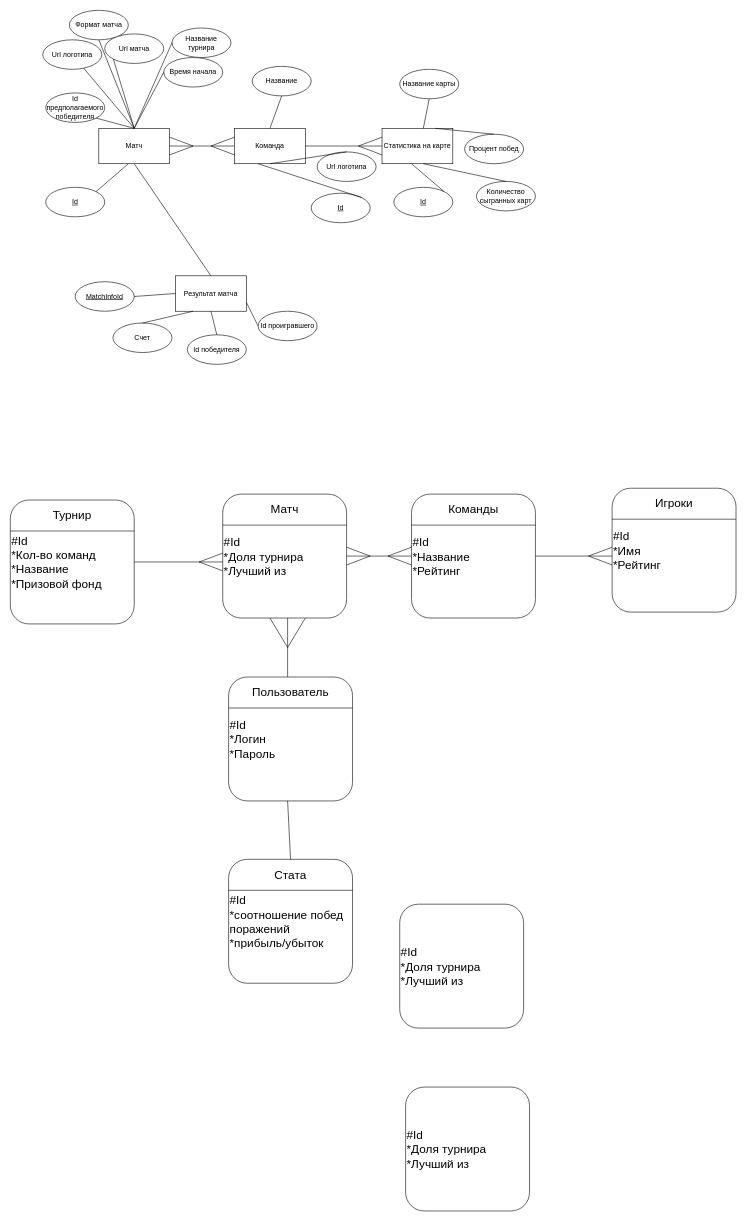
This is Практика ERD диаграммы нотации Чена и Баркера.drawio from DarkReduX/Diagrams-for-projects, a draw.io file, before an edit. Source tidied: cells renumbered, new cells numbered last; positions are measured from the earlier drawing's top-left corner, leaving out a move shared by most shapes. Both pictures are drawn from the tidied source at 59%, with x=0, y=0 at pixel (10, 10).
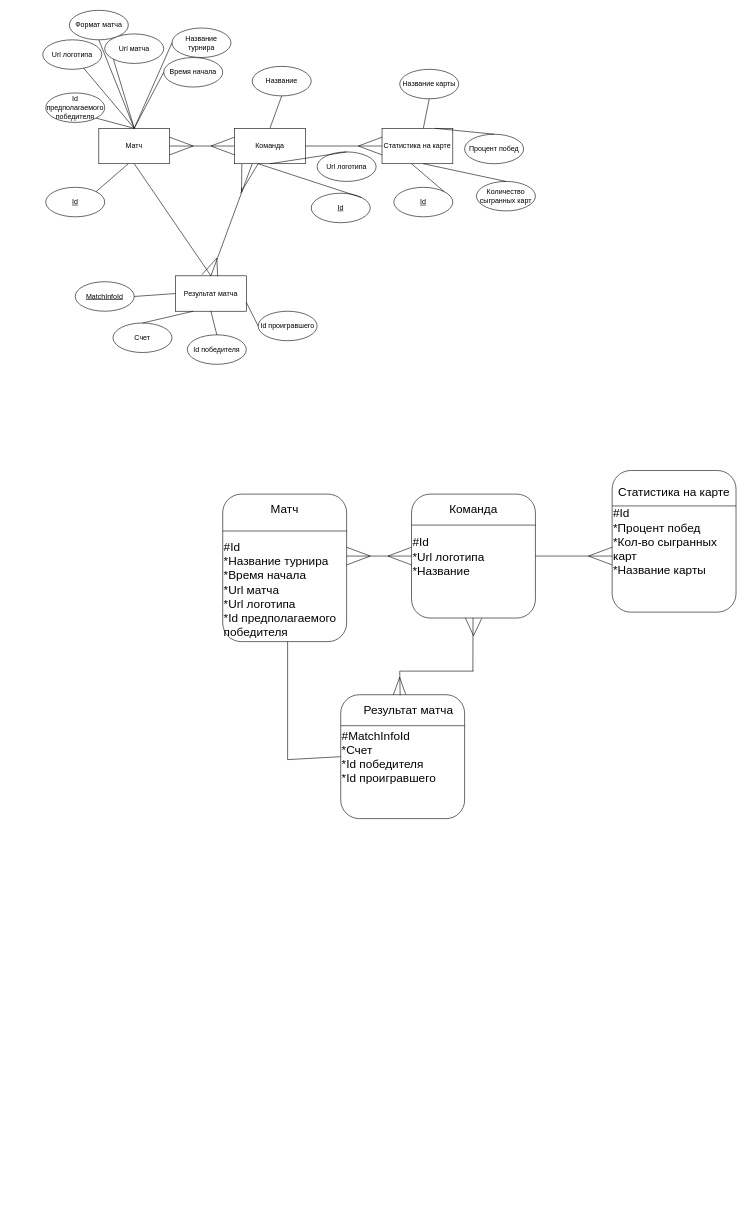
The same page after the edit.

The change refers to these unchanged cells:
```xml
<mxCell id="5" value="Команда" style="rounded=0;whiteSpace=wrap;html=1;" parent="1" vertex="1">
  <mxGeometry x="380" y="200" width="120" height="60" as="geometry" />
</mxCell>
<mxCell id="77" value="Результат матча" style="rounded=0;whiteSpace=wrap;html=1;" parent="1" vertex="1">
  <mxGeometry x="280" y="450" width="120" height="60" as="geometry" />
</mxCell>
```

Diff of the diagram source:
```diff
@@
-    <mxCell id="26" value="&lt;font style=&quot;font-size: 20px&quot;&gt;#Id&lt;br&gt;*Кол-во команд&lt;br&gt;*Название&lt;br&gt;*Призовой фонд&lt;br&gt;&lt;/font&gt;" style="rounded=1;whiteSpace=wrap;html=1;align=left;" parent="1" vertex="1">
-      <mxGeometry y="830" width="210" height="210" as="geometry" />
+    <mxCell id="26" value="&lt;font style=&quot;font-size: 20px&quot;&gt;#MatchInfoId&lt;br&gt;*Счет&lt;br&gt;*Id победителя&lt;br&gt;*Id проигравшего&lt;br&gt;&lt;/font&gt;" style="rounded=1;whiteSpace=wrap;html=1;align=left;" parent="1" vertex="1">
+      <mxGeometry x="560" y="1160" width="210" height="210" as="geometry" />
     </mxCell>
@@
-    <mxCell id="28" value="&lt;span style=&quot;font-size: 20px&quot;&gt;Турнир&lt;/span&gt;" style="text;html=1;strokeColor=none;fillColor=none;align=center;verticalAlign=middle;whiteSpace=wrap;rounded=0;" parent="1" vertex="1">
-      <mxGeometry y="830" width="210" height="50" as="geometry" />
+    <mxCell id="28" value="&lt;span style=&quot;font-size: 20px&quot;&gt;Результат матча&lt;/span&gt;" style="text;html=1;strokeColor=none;fillColor=none;align=center;verticalAlign=middle;whiteSpace=wrap;rounded=0;" parent="1" vertex="1">
+      <mxGeometry x="570" y="1160" width="210" height="50" as="geometry" />
     </mxCell>
-    <mxCell id="29" value="&lt;font style=&quot;font-size: 20px&quot;&gt;#Id&lt;br&gt;*Доля турнира&lt;br&gt;*Лучший из&lt;br&gt;&lt;/font&gt;" style="rounded=1;whiteSpace=wrap;html=1;align=left;" parent="1" vertex="1">
-      <mxGeometry x="360" y="820" width="210" height="210" as="geometry" />
+    <mxCell id="29" value="&lt;font style=&quot;font-size: 20px&quot;&gt;&lt;br&gt;&lt;br&gt;&lt;br&gt;&lt;br&gt;#Id&lt;br&gt;*Название турнира&lt;br&gt;&lt;div&gt;&lt;span&gt;*Время начала&lt;/span&gt;&lt;/div&gt;*Url матча&lt;br&gt;*Url логотипа&lt;br&gt;*Id предполагаемого победителя&lt;br&gt;&lt;br&gt;&lt;/font&gt;" style="rounded=1;whiteSpace=wrap;html=1;align=left;" parent="1" vertex="1">
+      <mxGeometry x="360" y="820" width="210" height="250" as="geometry" />
     </mxCell>
@@
-    <mxCell id="32" style="endArrow=none;html=1;exitX=1;exitY=0.5;exitDx=0;exitDy=0;" parent="1" edge="1" source="26">
-      <mxGeometry relative="1" as="geometry">
-        <mxPoint x="360" y="935" as="targetPoint" />
-      </mxGeometry>
-    </mxCell>
-    <mxCell id="33" style="endArrow=none;html=1;entryX=0;entryY=0.25;entryDx=0;entryDy=0;" parent="1" edge="1">
-      <mxGeometry relative="1" as="geometry">
-        <mxPoint x="320" y="935" as="sourcePoint" />
-        <mxPoint x="360" y="920" as="targetPoint" />
-      </mxGeometry>
-    </mxCell>
-    <mxCell id="34" style="endArrow=none;html=1;entryX=0;entryY=0.75;entryDx=0;entryDy=0;" parent="1" edge="1">
-      <mxGeometry relative="1" as="geometry">
-        <mxPoint x="320" y="935" as="sourcePoint" />
-        <mxPoint x="360" y="950" as="targetPoint" />
-      </mxGeometry>
-    </mxCell>
-    <mxCell id="35" value="&lt;font style=&quot;font-size: 20px&quot;&gt;#Id&lt;br&gt;*Название&lt;br&gt;*Рейтинг&lt;br&gt;&lt;/font&gt;" style="rounded=1;whiteSpace=wrap;html=1;align=left;" parent="1" vertex="1">
+    <mxCell id="35" value="&lt;font style=&quot;font-size: 20px&quot;&gt;#Id&lt;br&gt;*Url логотипа&lt;br&gt;*Название&lt;br&gt;&lt;/font&gt;" style="rounded=1;whiteSpace=wrap;html=1;align=left;" parent="1" vertex="1">
       <mxGeometry x="680" y="820" width="210" height="210" as="geometry" />
     </mxCell>
@@
-    <mxCell id="37" value="&lt;span style=&quot;font-size: 20px&quot;&gt;Команды&lt;/span&gt;" style="text;html=1;strokeColor=none;fillColor=none;align=center;verticalAlign=middle;whiteSpace=wrap;rounded=0;" parent="1" vertex="1">
+    <mxCell id="37" value="&lt;span style=&quot;font-size: 20px&quot;&gt;Команда&lt;/span&gt;" style="text;html=1;strokeColor=none;fillColor=none;align=center;verticalAlign=middle;whiteSpace=wrap;rounded=0;" parent="1" vertex="1">
       <mxGeometry x="680" y="820" width="210" height="50" as="geometry" />
     </mxCell>
@@
-    <mxCell id="43" value="&lt;font style=&quot;font-size: 20px&quot;&gt;#Id&lt;br&gt;*Доля турнира&lt;br&gt;*Лучший из&lt;br&gt;&lt;/font&gt;" style="rounded=1;whiteSpace=wrap;html=1;align=left;" parent="1" vertex="1">
-      <mxGeometry x="660" y="1515" width="210" height="210" as="geometry" />
-    </mxCell>
-    <mxCell id="44" value="&lt;font style=&quot;font-size: 20px&quot;&gt;#Id&lt;br&gt;*Имя&lt;br&gt;*Рейтинг&lt;br&gt;&lt;/font&gt;" style="rounded=1;whiteSpace=wrap;html=1;align=left;" parent="1" vertex="1">
-      <mxGeometry x="1020" y="810" width="210" height="210" as="geometry" />
+    <mxCell id="44" value="&lt;font style=&quot;font-size: 20px&quot;&gt;#Id&lt;br&gt;*Процент побед&lt;br&gt;*Кол-во сыгранных карт&lt;br&gt;*Название карты&lt;br&gt;&lt;/font&gt;" style="rounded=1;whiteSpace=wrap;html=1;align=left;" parent="1" vertex="1">
+      <mxGeometry x="1020" y="780" width="210" height="240" as="geometry" />
     </mxCell>
@@
-    <mxCell id="46" value="&lt;span style=&quot;font-size: 20px&quot;&gt;Игроки&lt;/span&gt;" style="text;html=1;strokeColor=none;fillColor=none;align=center;verticalAlign=middle;whiteSpace=wrap;rounded=0;" parent="1" vertex="1">
-      <mxGeometry x="1020" y="810" width="210" height="50" as="geometry" />
+    <mxCell id="46" value="&lt;span style=&quot;font-size: 20px&quot;&gt;Статистика на карте&lt;/span&gt;" style="text;html=1;strokeColor=none;fillColor=none;align=center;verticalAlign=middle;whiteSpace=wrap;rounded=0;" parent="1" vertex="1">
+      <mxGeometry x="1020" y="790" width="210" height="50" as="geometry" />
     </mxCell>
@@
-    <mxCell id="50" value="&lt;font style=&quot;font-size: 20px&quot;&gt;#Id&lt;br&gt;*Логин&lt;br&gt;*Пароль&lt;br&gt;&lt;/font&gt;" style="rounded=1;whiteSpace=wrap;html=1;align=left;" parent="1" vertex="1">
-      <mxGeometry x="370" y="1130" width="210" height="210" as="geometry" />
-    </mxCell>
-    <mxCell id="51" style="endArrow=none;html=1;exitX=0;exitY=0.25;exitDx=0;exitDy=0;entryX=1;entryY=0.25;entryDx=0;entryDy=0;" parent="1" edge="1" source="50" target="50">
-      <mxGeometry relative="1" as="geometry" />
-    </mxCell>
-    <mxCell id="52" value="&lt;span style=&quot;font-size: 20px&quot;&gt;Пользователь&lt;/span&gt;" style="text;html=1;strokeColor=none;fillColor=none;align=center;verticalAlign=middle;whiteSpace=wrap;rounded=0;" parent="1" vertex="1">
-      <mxGeometry x="370" y="1130" width="210" height="50" as="geometry" />
-    </mxCell>
-    <mxCell id="53" value="&lt;font style=&quot;font-size: 20px&quot;&gt;#Id&lt;br&gt;*Доля турнира&lt;br&gt;*Лучший из&lt;br&gt;&lt;/font&gt;" style="rounded=1;whiteSpace=wrap;html=1;align=left;" parent="1" vertex="1">
-      <mxGeometry x="670" y="1825" width="210" height="210" as="geometry" />
-    </mxCell>
-    <mxCell id="54" value="&lt;font style=&quot;font-size: 20px&quot;&gt;#Id&lt;br&gt;*соотношение побед поражений&lt;br&gt;*прибыль/убыток&lt;br&gt;&lt;/font&gt;" style="rounded=1;whiteSpace=wrap;html=1;align=left;" parent="1" vertex="1">
-      <mxGeometry x="370" y="1439" width="210" height="210" as="geometry" />
-    </mxCell>
-    <mxCell id="55" style="endArrow=none;html=1;exitX=0;exitY=0.25;exitDx=0;exitDy=0;entryX=1;entryY=0.25;entryDx=0;entryDy=0;" parent="1" edge="1" source="54" target="54">
-      <mxGeometry relative="1" as="geometry" />
-    </mxCell>
-    <mxCell id="56" value="&lt;span style=&quot;font-size: 20px&quot;&gt;Стата&lt;/span&gt;" style="text;html=1;strokeColor=none;fillColor=none;align=center;verticalAlign=middle;whiteSpace=wrap;rounded=0;" parent="1" vertex="1">
-      <mxGeometry x="370" y="1439" width="210" height="50" as="geometry" />
-    </mxCell>
-    <mxCell id="57" style="endArrow=none;html=1;entryX=0.5;entryY=1;entryDx=0;entryDy=0;" parent="1" edge="1">
+    <mxCell id="57" style="endArrow=none;html=1;" parent="1" edge="1">
       <mxGeometry relative="1" as="geometry">
-        <mxPoint x="470" y="1130" as="sourcePoint" />
-        <mxPoint x="470" y="1030" as="targetPoint" />
+        <mxPoint x="470" y="1270" as="sourcePoint" />
+        <mxPoint x="470" y="1070" as="targetPoint" />
       </mxGeometry>
     </mxCell>
-    <mxCell id="58" style="endArrow=none;html=1;exitX=0.25;exitY=1;exitDx=0;exitDy=0;" parent="1" edge="1">
-      <mxGeometry relative="1" as="geometry">
-        <mxPoint x="440" y="1030" as="sourcePoint" />
-        <mxPoint x="470" y="1080" as="targetPoint" />
-      </mxGeometry>
-    </mxCell>
-    <mxCell id="59" style="endArrow=none;html=1;entryX=0.75;entryY=1;entryDx=0;entryDy=0;" parent="1" edge="1">
-      <mxGeometry relative="1" as="geometry">
-        <mxPoint x="470" y="1080" as="sourcePoint" />
-        <mxPoint x="500" y="1030" as="targetPoint" />
-      </mxGeometry>
-    </mxCell>
-    <mxCell id="60" style="endArrow=none;html=1;entryX=0.5;entryY=1;entryDx=0;entryDy=0;exitX=0.5;exitY=0;exitDx=0;exitDy=0;" parent="1" edge="1" source="56">
-      <mxGeometry relative="1" as="geometry">
-        <mxPoint x="470" y="1340" as="targetPoint" />
-      </mxGeometry>
-    </mxCell>
@@
+    <mxCell id="86" style="endArrow=none;html=1;entryX=0.25;entryY=1;entryDx=0;entryDy=0;exitX=0.5;exitY=0;exitDx=0;exitDy=0;" parent="1" edge="1" source="77" target="5">
+      <mxGeometry relative="1" as="geometry" />
+    </mxCell>
+    <mxCell id="87" style="endArrow=none;html=1;entryX=0.103;entryY=1.007;entryDx=0;entryDy=0;entryPerimeter=0;" parent="1" edge="1" target="5">
+      <mxGeometry relative="1" as="geometry">
+        <mxPoint x="392" y="300" as="sourcePoint" />
+        <Array as="points">
+          <mxPoint x="392" y="310" />
+          <mxPoint x="392" y="300" />
+        </Array>
+      </mxGeometry>
+    </mxCell>
+    <mxCell id="88" style="endArrow=none;html=1;" parent="1" edge="1">
+      <mxGeometry relative="1" as="geometry">
+        <mxPoint x="390" y="310" as="sourcePoint" />
+        <mxPoint x="420" y="260" as="targetPoint" />
+      </mxGeometry>
+    </mxCell>
+    <mxCell id="89" style="endArrow=none;html=1;exitX=0.373;exitY=-0.033;exitDx=0;exitDy=0;exitPerimeter=0;" parent="1" edge="1" source="77">
+      <mxGeometry relative="1" as="geometry">
+        <mxPoint x="350" y="420" as="targetPoint" />
+      </mxGeometry>
+    </mxCell>
+    <mxCell id="90" style="endArrow=none;html=1;exitX=0.595;exitY=0.011;exitDx=0;exitDy=0;exitPerimeter=0;" parent="1" edge="1" source="77">
+      <mxGeometry relative="1" as="geometry">
+        <mxPoint x="350" y="420" as="targetPoint" />
+      </mxGeometry>
+    </mxCell>
+    <mxCell id="91" style="endArrow=none;html=1;entryX=0;entryY=0.5;entryDx=0;entryDy=0;" parent="1" edge="1" target="26">
+      <mxGeometry relative="1" as="geometry">
+        <mxPoint x="470" y="1270" as="sourcePoint" />
+      </mxGeometry>
+    </mxCell>
+    <mxCell id="92" style="endArrow=none;html=1;" parent="1" edge="1">
+      <mxGeometry relative="1" as="geometry">
+        <mxPoint x="784" y="1120" as="sourcePoint" />
+        <mxPoint x="784.2" y="1030" as="targetPoint" />
+      </mxGeometry>
+    </mxCell>
+    <mxCell id="93" style="endArrow=none;html=1;" parent="1" edge="1">
+      <mxGeometry relative="1" as="geometry">
+        <mxPoint x="785" y="1120" as="sourcePoint" />
+        <mxPoint x="660" y="1120" as="targetPoint" />
+      </mxGeometry>
+    </mxCell>
+    <mxCell id="94" style="endArrow=none;html=1;entryX=0.432;entryY=0.018;entryDx=0;entryDy=0;entryPerimeter=0;" parent="1" edge="1" target="28">
+      <mxGeometry relative="1" as="geometry">
+        <mxPoint x="660" y="1120" as="sourcePoint" />
+      </mxGeometry>
+    </mxCell>
+    <mxCell id="95" style="endArrow=none;html=1;entryX=0.377;entryY=0.007;entryDx=0;entryDy=0;entryPerimeter=0;" parent="1" edge="1" target="28">
+      <mxGeometry relative="1" as="geometry">
+        <mxPoint x="660" y="1130" as="sourcePoint" />
+      </mxGeometry>
+    </mxCell>
+    <mxCell id="96" style="endArrow=none;html=1;entryX=0.477;entryY=-0.008;entryDx=0;entryDy=0;entryPerimeter=0;" parent="1" edge="1" target="28">
+      <mxGeometry relative="1" as="geometry">
+        <mxPoint x="660" y="1131" as="sourcePoint" />
+      </mxGeometry>
+    </mxCell>
+    <mxCell id="97" style="endArrow=none;html=1;exitX=0.435;exitY=1;exitDx=0;exitDy=0;exitPerimeter=0;" parent="1" edge="1" source="35">
+      <mxGeometry relative="1" as="geometry">
+        <mxPoint x="785" y="1060" as="targetPoint" />
+      </mxGeometry>
+    </mxCell>
+    <mxCell id="98" style="endArrow=none;html=1;exitX=0.567;exitY=1.003;exitDx=0;exitDy=0;exitPerimeter=0;" parent="1" edge="1" source="35">
+      <mxGeometry relative="1" as="geometry">
+        <mxPoint x="785" y="1060" as="targetPoint" />
+      </mxGeometry>
+    </mxCell>
```
